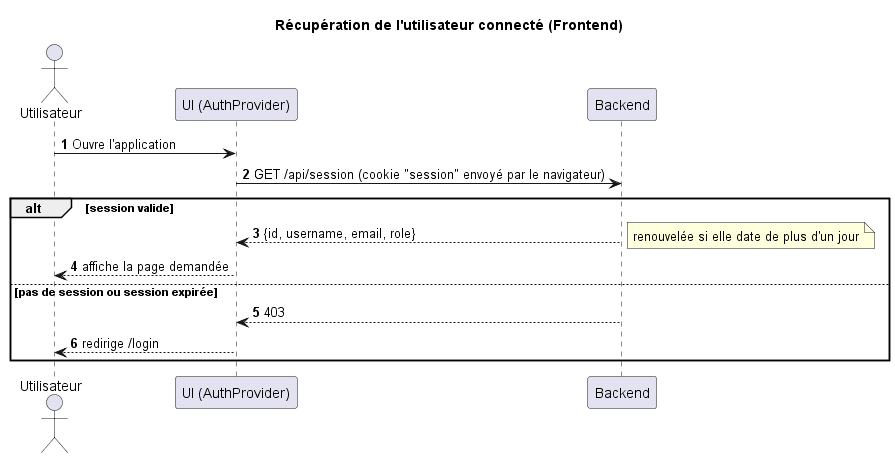
Earlier version of the PlantUML export docs/UML/login_get_user-sequence-diagram-Récupération_de_l_utilisateur_connecté__Frontend_.png (TPI2026-NewsGenerator/NewsGenerator-Frontend).
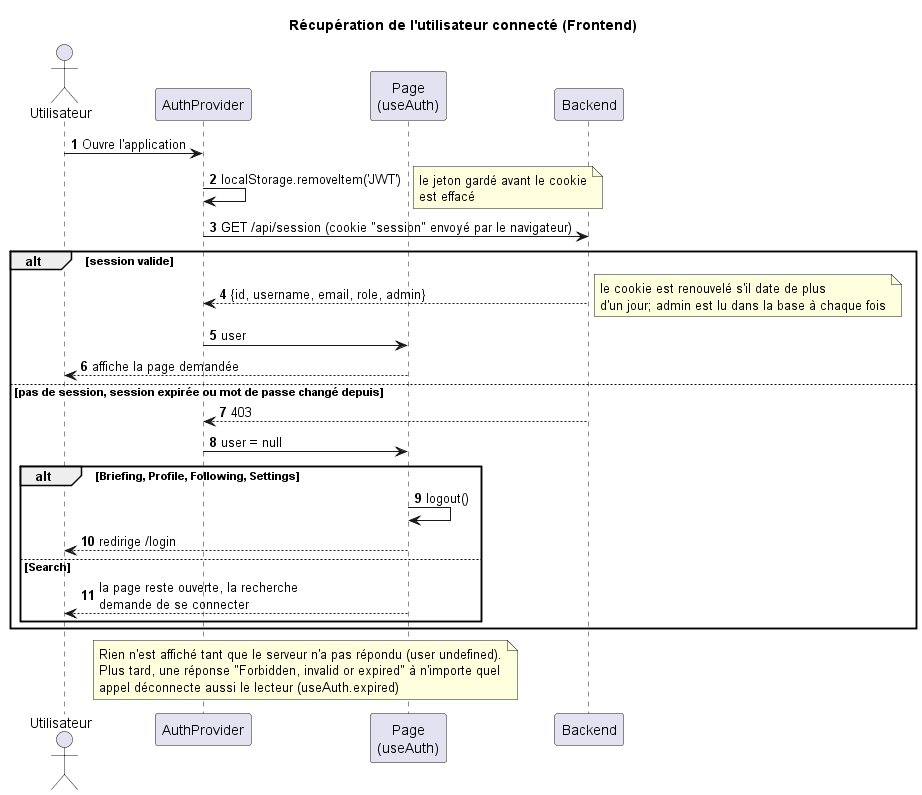
The same diagram one commit later.

Change to the diagram source:
```diff
@@ -3,18 +3,33 @@
 autonumber
 
 actor "Utilisateur" as User
-participant "UI (AuthProvider)" as UI
+participant "AuthProvider" as UI
+participant "Page\n(useAuth)" as Page
 participant "Backend" as BE
 
 User -> UI : Ouvre l'application
+UI -> UI : localStorage.removeItem('JWT')
+note right : le jeton gardé avant le cookie\nest effacé
 UI -> BE : GET /api/session (cookie "session" envoyé par le navigateur)
 alt session valide
-    BE --> UI : {id, username, email, role}
-    note right : renouvelée si elle date de plus d'un jour
-    UI --> User : affiche la page demandée
-else pas de session ou session expirée
+    BE --> UI : {id, username, email, role, admin}
+    note right : le cookie est renouvelé s'il date de plus\nd'un jour; admin est lu dans la base à chaque fois
+    UI -> Page : user
+    Page --> User : affiche la page demandée
+else pas de session, session expirée ou mot de passe changé depuis
     BE --> UI : 403
-    UI --> User : redirige /login
+    UI -> Page : user = null
+    alt Briefing, Profile, Following, Settings
+        Page -> Page : logout()
+        Page --> User : redirige /login
+    else Search
+        Page --> User : la page reste ouverte, la recherche\ndemande de se connecter
+    end
 end
+note over UI, Page
+    Rien n'est affiché tant que le serveur n'a pas répondu (user undefined).
+    Plus tard, une réponse "Forbidden, invalid or expired" à n'importe quel
+    appel déconnecte aussi le lecteur (useAuth.expired)
+end note
 
 @enduml
```
